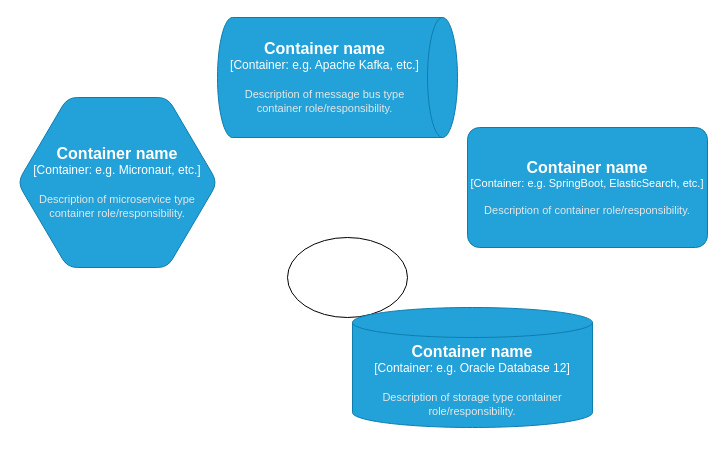
Before: page "Level-2" (3 of 5) of Aden Software Architecture.drawio in ilwzmf/test, a draw.io diagram. Source tidied: cells renumbered, new cells numbered last; positions are measured from the earlier drawing's top-left corner, leaving out a move shared by most shapes. Both pictures are drawn from the tidied source at 100%, with x=0, y=0 at pixel (17, 17).
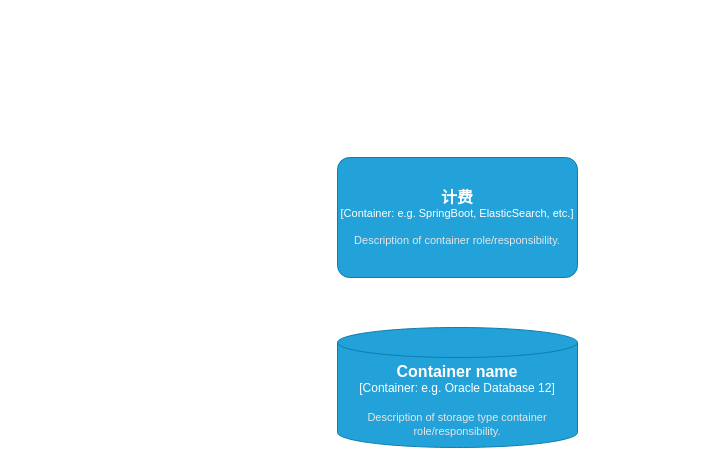
The same diagram, later.

What changed in the source:
```diff
@@
 <mxGraphModel>
   <root>
     <mxCell id="0" />
     <mxCell id="1" parent="0" />
-    <mxCell id="2" style="ellipse;whiteSpace=wrap;html=1;" parent="1" vertex="1">
-      <mxGeometry x="270" y="220" width="120" height="80" as="geometry" />
-    </mxCell>
-    <object id="3" label="&lt;font style=&quot;font-size: 16px&quot;&gt;&lt;b&gt;%c4Name%&lt;/b&gt;&lt;/font&gt;&lt;div&gt;[%c4Type%: %c4Technology%]&lt;/div&gt;&lt;br&gt;&lt;div&gt;&lt;font style=&quot;font-size: 11px&quot;&gt;&lt;font color=&quot;#E6E6E6&quot;&gt;%c4Description%&lt;/font&gt;&lt;/div&gt;" c4Description="Description of container role/responsibility." c4Name="Container name" c4Technology="e.g. SpringBoot, ElasticSearch, etc." c4Type="Container" placeholders="1">
+    <object id="3" label="&lt;font style=&quot;font-size: 16px&quot;&gt;&lt;b&gt;%c4Name%&lt;/b&gt;&lt;/font&gt;&lt;div&gt;[%c4Type%: %c4Technology%]&lt;/div&gt;&lt;br&gt;&lt;div&gt;&lt;font style=&quot;font-size: 11px&quot;&gt;&lt;font color=&quot;#E6E6E6&quot;&gt;%c4Description%&lt;/font&gt;&lt;/div&gt;" c4Description="Description of container role/responsibility." c4Name="计费" c4Technology="e.g. SpringBoot, ElasticSearch, etc." c4Type="Container" placeholders="1">
       <mxCell style="rounded=1;whiteSpace=wrap;html=1;fontSize=11;labelBackgroundColor=none;fillColor=#23A2D9;fontColor=#ffffff;align=center;arcSize=10;strokeColor=#0E7DAD;" parent="1" vertex="1">
-        <mxGeometry x="450" y="110" width="240" height="120" as="geometry" />
+        <mxGeometry x="320" y="140" width="240" height="120" as="geometry" />
       </mxCell>
     </object>
     <object id="4" label="&lt;font style=&quot;font-size: 16px&quot;&gt;&lt;b&gt;%c4Type%&lt;/b&gt;&lt;/font&gt;&lt;div&gt;[%c4Container%:&amp;nbsp;%c4Technology%]&lt;/div&gt;&lt;br&gt;&lt;div&gt;&lt;font style=&quot;font-size: 11px&quot;&gt;&lt;font color=&quot;#E6E6E6&quot;&gt;%c4Description%&lt;/font&gt;&lt;/div&gt;" c4Container="Container" c4Description="Description of storage type container role/responsibility." c4Technology="e.g. Oracle Database 12" c4Type="Container name" placeholders="1">
       <mxCell style="shape=cylinder3;size=15;whiteSpace=wrap;html=1;boundedLbl=1;rounded=0;labelBackgroundColor=none;fillColor=#23A2D9;fontSize=12;fontColor=#ffffff;align=center;strokeColor=#0E7DAD;" parent="1" vertex="1">
-        <mxGeometry x="335" y="290" width="240" height="120" as="geometry" />
+        <mxGeometry x="320" y="310" width="240" height="120" as="geometry" />
       </mxCell>
     </object>
-    <object id="5" label="&lt;font style=&quot;font-size: 16px&quot;&gt;&lt;b&gt;%c4Type%&lt;/b&gt;&lt;/font&gt;&lt;div&gt;[%c4Container%:&amp;nbsp;%c4Technology%]&lt;/div&gt;&lt;br&gt;&lt;div&gt;&lt;font style=&quot;font-size: 11px&quot;&gt;&lt;font color=&quot;#E6E6E6&quot;&gt;%c4Description%&lt;/font&gt;&lt;/div&gt;" c4Container="Container" c4Description="Description of microservice type container role/responsibility." c4Technology="e.g. Micronaut, etc." c4Type="Container name" placeholders="1">
-      <mxCell style="shape=hexagon;size=50;perimeter=hexagonPerimeter2;whiteSpace=wrap;html=1;fixedSize=1;rounded=1;labelBackgroundColor=none;fillColor=#23A2D9;fontSize=12;fontColor=#ffffff;align=center;strokeColor=#0E7DAD;" parent="1" vertex="1">
-        <mxGeometry y="80" width="200" height="170" as="geometry" />
-      </mxCell>
-    </object>
-    <object id="6" label="&lt;font style=&quot;font-size: 16px&quot;&gt;&lt;b&gt;%c4Type%&lt;/b&gt;&lt;/font&gt;&lt;div&gt;[%c4Container%:&amp;nbsp;%c4Technology%]&lt;/div&gt;&lt;br&gt;&lt;div&gt;&lt;font style=&quot;font-size: 11px&quot;&gt;&lt;font color=&quot;#E6E6E6&quot;&gt;%c4Description%&lt;/font&gt;&lt;/div&gt;" c4Container="Container" c4Description="Description of message bus type container role/responsibility." c4Technology="e.g. Apache Kafka, etc." c4Type="Container name" placeholders="1">
-      <mxCell style="shape=cylinder3;size=15;direction=south;whiteSpace=wrap;html=1;boundedLbl=1;rounded=0;labelBackgroundColor=none;fillColor=#23A2D9;fontSize=12;fontColor=#ffffff;align=center;strokeColor=#0E7DAD;" parent="1" vertex="1">
-        <mxGeometry x="200" width="240" height="120" as="geometry" />
-      </mxCell>
-    </object>
   </root>
 </mxGraphModel>
```
